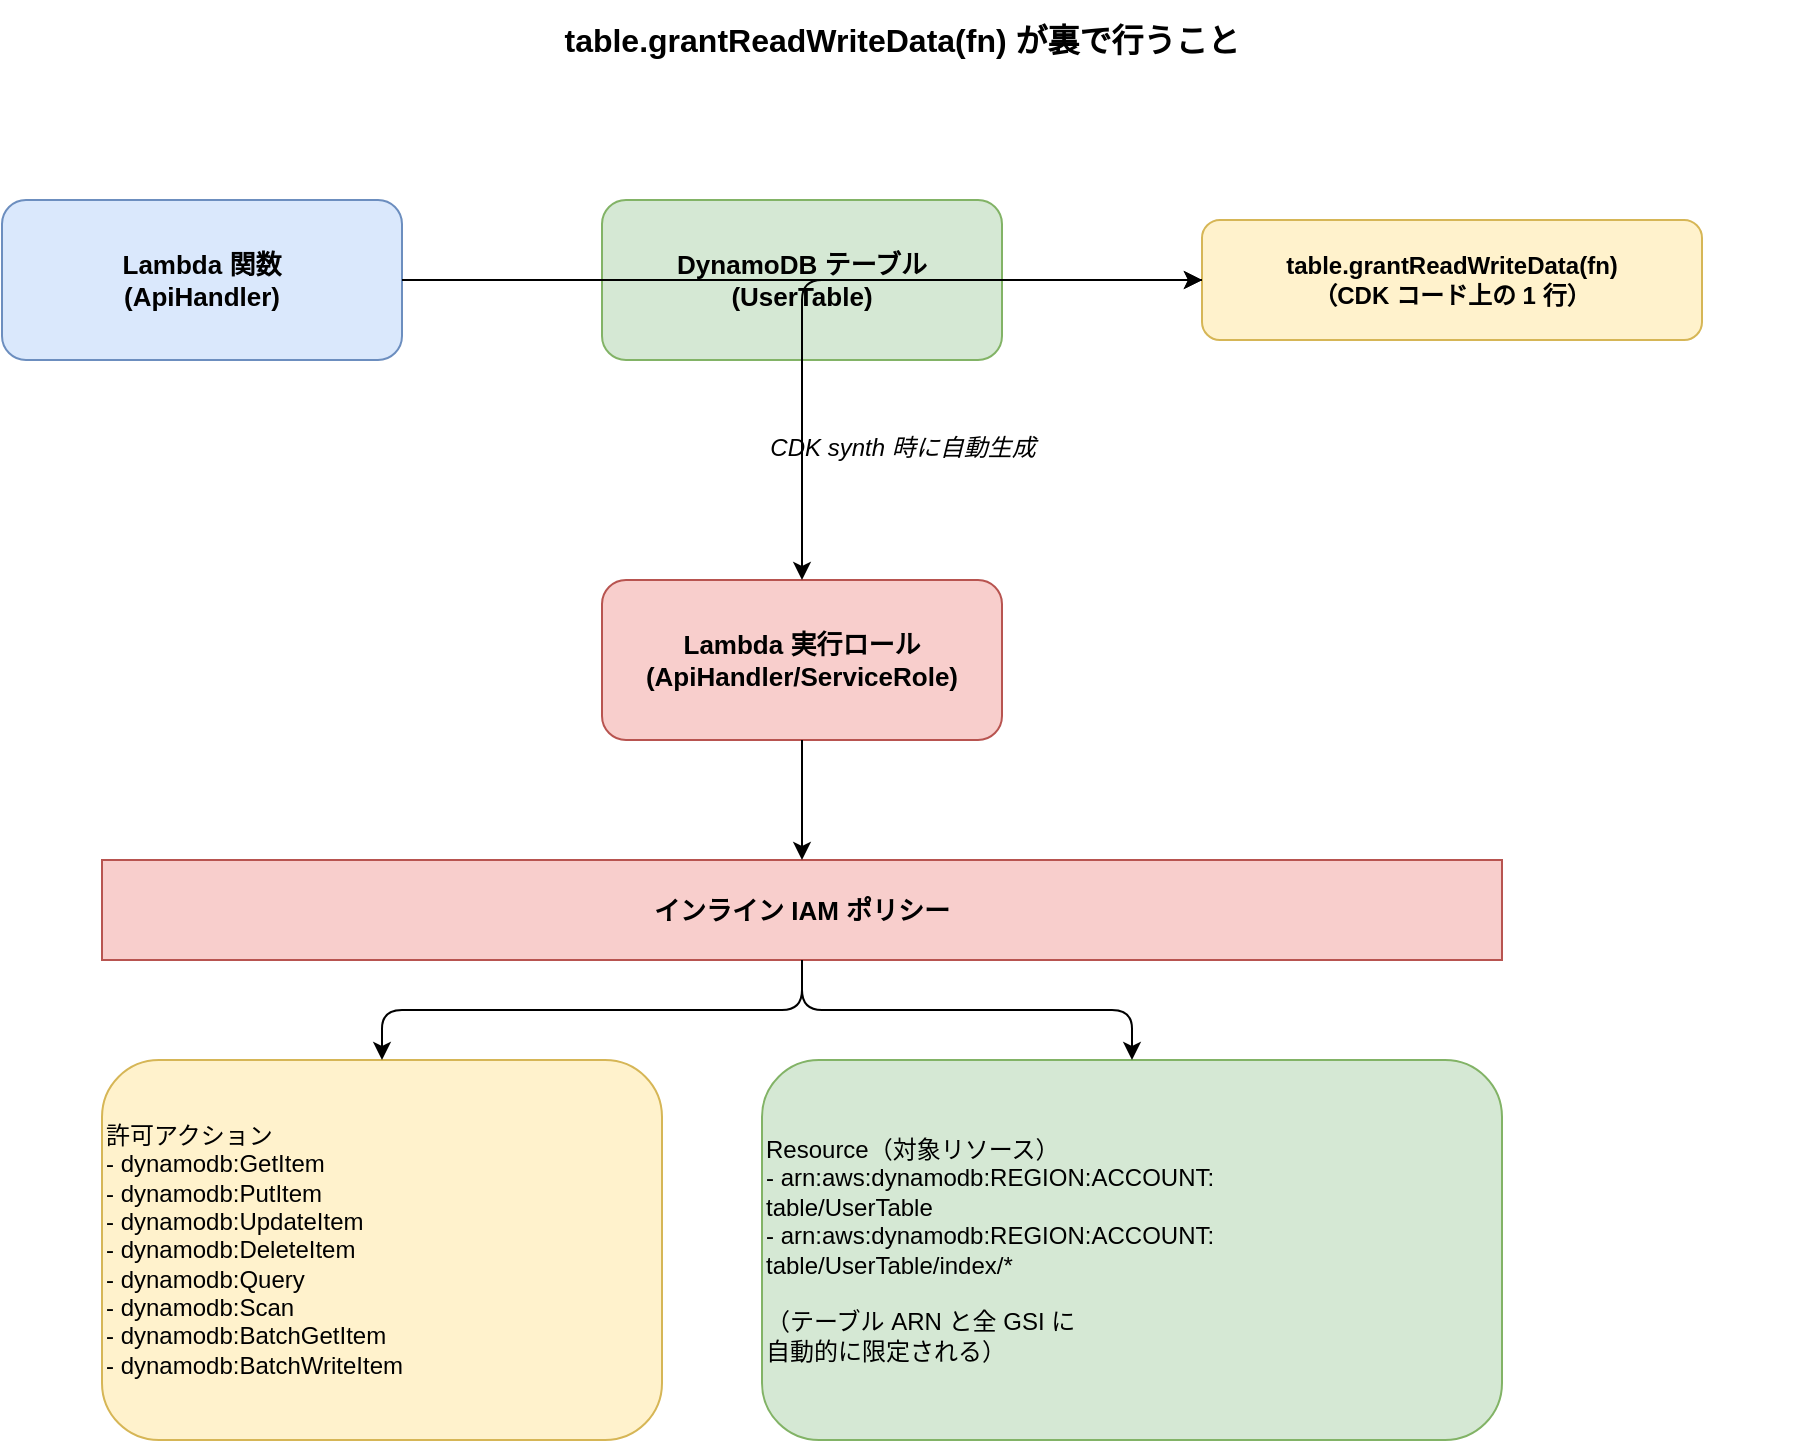
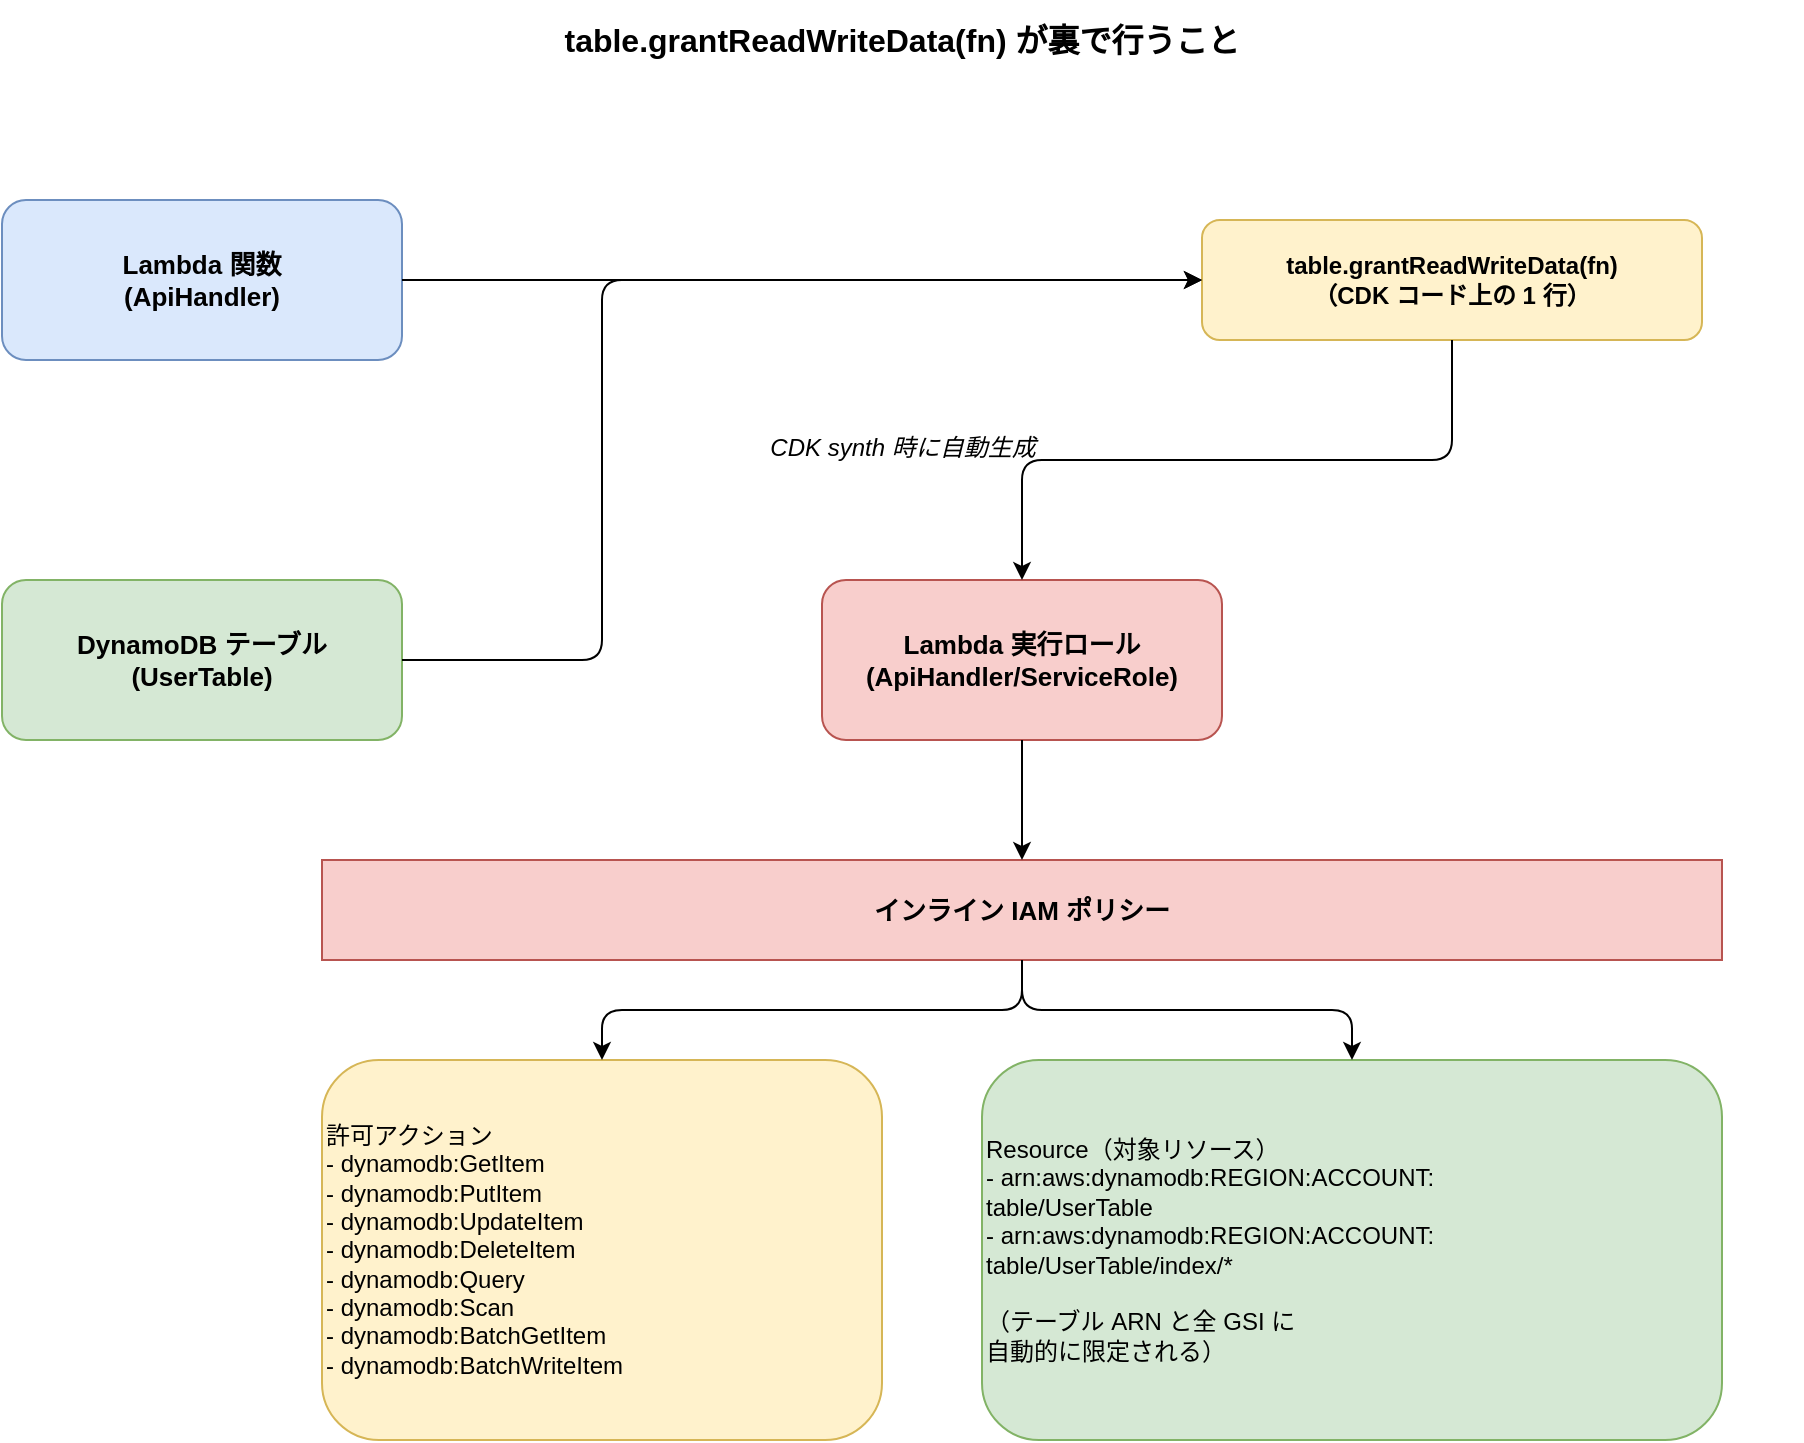
- <mxfile host="app.diagrams.net" modified="2026-06-13T00:00:00.000Z" agent="draw.io" version="21.0.0">
-   <diagram name="Grant メソッドの仕組み" id="grant-flow">
-     <mxGraphModel dx="1422" dy="762" grid="1" gridSize="10" guides="1" tooltips="1" connect="1" arrows="1" fold="1" page="1" pageScale="1" pageWidth="1100" pageHeight="850" math="0" shadow="0">
-       <root>
-         <mxCell id="0" />
-         <mxCell id="1" parent="0" />
- 
-         <!-- タイトル -->
-         <mxCell id="title" value="table.grantReadWriteData(fn) が裏で行うこと" style="text;html=1;strokeColor=none;fillColor=none;align=center;verticalAlign=middle;whiteSpace=wrap;rounded=0;fontSize=16;fontStyle=1;" vertex="1" parent="1">
-           <mxGeometry x="100" y="20" width="900" height="40" as="geometry" />
-         </mxCell>
- 
-         <!-- Lambda 関数コンストラクト -->
-         <mxCell id="lambda" value="Lambda 関数&#xa;(ApiHandler)" style="rounded=1;whiteSpace=wrap;html=1;fillColor=#dae8fc;strokeColor=#6c8ebf;fontSize=13;fontStyle=1;" vertex="1" parent="1">
-           <mxGeometry x="100" y="120" width="200" height="80" as="geometry" />
-         </mxCell>
- 
-         <!-- DynamoDB テーブルコンストラクト -->
-         <mxCell id="dynamo" value="DynamoDB テーブル&#xa;(UserTable)" style="rounded=1;whiteSpace=wrap;html=1;fillColor=#d5e8d4;strokeColor=#82b366;fontSize=13;fontStyle=1;" vertex="1" parent="1">
-           <mxGeometry x="400" y="120" width="200" height="80" as="geometry" />
-         </mxCell>
- 
-         <!-- grantReadWriteData 呼び出し -->
-         <mxCell id="grant-call" value="table.grantReadWriteData(fn)&#xa;（CDK コード上の 1 行）" style="rounded=1;whiteSpace=wrap;html=1;fillColor=#fff2cc;strokeColor=#d6b656;fontSize=12;fontStyle=1;" vertex="1" parent="1">
-           <mxGeometry x="700" y="130" width="250" height="60" as="geometry" />
-         </mxCell>
- 
-         <!-- Lambda → Grant の矢印 -->
-         <mxCell id="edge-lambda-grant" style="edgeStyle=orthogonalEdgeStyle;" edge="1" source="lambda" target="grant-call" parent="1">
-           <mxGeometry relative="1" as="geometry" />
-         </mxCell>
- 
-         <!-- DynamoDB → Grant の矢印 -->
-         <mxCell id="edge-dynamo-grant" style="edgeStyle=orthogonalEdgeStyle;" edge="1" source="dynamo" target="grant-call" parent="1">
-           <mxGeometry relative="1" as="geometry" />
-         </mxCell>
- 
-         <!-- CDK synthesize ラベル -->
-         <mxCell id="synth-label" value="CDK synth 時に自動生成" style="text;html=1;strokeColor=none;fillColor=none;align=center;fontSize=12;fontStyle=2;" vertex="1" parent="1">
-           <mxGeometry x="400" y="230" width="300" height="30" as="geometry" />
-         </mxCell>
- 
-         <!-- IAM Role -->
-         <mxCell id="iam-role" value="Lambda 実行ロール&#xa;(ApiHandler/ServiceRole)" style="rounded=1;whiteSpace=wrap;html=1;fillColor=#f8cecc;strokeColor=#b85450;fontSize=13;fontStyle=1;" vertex="1" parent="1">
-           <mxGeometry x="400" y="310" width="200" height="80" as="geometry" />
-         </mxCell>
- 
-         <!-- Grant → IAM Role の矢印 -->
-         <mxCell id="edge-grant-iam" style="edgeStyle=orthogonalEdgeStyle;" edge="1" source="grant-call" target="iam-role" parent="1">
-           <mxGeometry relative="1" as="geometry" />
-         </mxCell>
- 
-         <!-- Inline Policy ボックス -->
-         <mxCell id="policy-box" value="インライン IAM ポリシー" style="rounded=0;whiteSpace=wrap;html=1;fillColor=#f8cecc;strokeColor=#b85450;fontSize=13;fontStyle=1;" vertex="1" parent="1">
-           <mxGeometry x="150" y="450" width="700" height="50" as="geometry" />
-         </mxCell>
- 
-         <!-- IAM Role → Policy の矢印 -->
-         <mxCell id="edge-role-policy" style="edgeStyle=orthogonalEdgeStyle;" edge="1" source="iam-role" target="policy-box" parent="1">
-           <mxGeometry relative="1" as="geometry" />
-         </mxCell>
- 
-         <!-- アクション一覧 -->
-         <mxCell id="actions" value="許可アクション&#xa;- dynamodb:GetItem&#xa;- dynamodb:PutItem&#xa;- dynamodb:UpdateItem&#xa;- dynamodb:DeleteItem&#xa;- dynamodb:Query&#xa;- dynamodb:Scan&#xa;- dynamodb:BatchGetItem&#xa;- dynamodb:BatchWriteItem" style="rounded=1;whiteSpace=wrap;html=1;fillColor=#fff2cc;strokeColor=#d6b656;fontSize=12;align=left;" vertex="1" parent="1">
-           <mxGeometry x="150" y="550" width="280" height="190" as="geometry" />
-         </mxCell>
- 
-         <!-- Resource 制限 -->
-         <mxCell id="resource" value="Resource（対象リソース）&#xa;- arn:aws:dynamodb:REGION:ACCOUNT:&#xa;  table/UserTable&#xa;- arn:aws:dynamodb:REGION:ACCOUNT:&#xa;  table/UserTable/index/*&#xa;&#xa;（テーブル ARN と全 GSI に&#xa;  自動的に限定される）" style="rounded=1;whiteSpace=wrap;html=1;fillColor=#d5e8d4;strokeColor=#82b366;fontSize=12;align=left;" vertex="1" parent="1">
-           <mxGeometry x="480" y="550" width="370" height="190" as="geometry" />
-         </mxCell>
- 
-         <!-- Policy → アクション/Resource の矢印 -->
-         <mxCell id="edge-policy-actions" style="edgeStyle=orthogonalEdgeStyle;" edge="1" source="policy-box" target="actions" parent="1">
-           <mxGeometry relative="1" as="geometry" />
-         </mxCell>
-         <mxCell id="edge-policy-resource" style="edgeStyle=orthogonalEdgeStyle;" edge="1" source="policy-box" target="resource" parent="1">
-           <mxGeometry relative="1" as="geometry" />
-         </mxCell>
- 
-       </root>
-     </mxGraphModel>
-   </diagram>
- </mxfile>
+ <mxfile host="65bd71144e">
+     <diagram name="Grant メソッドの仕組み" id="grant-flow">
+         <mxGraphModel dx="1085" dy="779" grid="1" gridSize="10" guides="1" tooltips="1" connect="1" arrows="1" fold="1" page="1" pageScale="1" pageWidth="1100" pageHeight="850" background="#ffffff" math="0" shadow="0">
+             <root>
+                 <mxCell id="0"/>
+                 <mxCell id="1" parent="0"/>
+                 <mxCell id="title" value="table.grantReadWriteData(fn) が裏で行うこと" style="text;html=1;strokeColor=none;fillColor=none;align=center;verticalAlign=middle;whiteSpace=wrap;rounded=0;fontSize=16;fontStyle=1;" parent="1" vertex="1">
+                     <mxGeometry x="100" y="20" width="900" height="40" as="geometry"/>
+                 </mxCell>
+                 <mxCell id="lambda" value="Lambda 関数&#xa;(ApiHandler)" style="rounded=1;whiteSpace=wrap;html=1;fillColor=#dae8fc;strokeColor=#6c8ebf;fontSize=13;fontStyle=1;" parent="1" vertex="1">
+                     <mxGeometry x="100" y="120" width="200" height="80" as="geometry"/>
+                 </mxCell>
+                 <mxCell id="dynamo" value="DynamoDB テーブル&#xa;(UserTable)" style="rounded=1;whiteSpace=wrap;html=1;fillColor=#d5e8d4;strokeColor=#82b366;fontSize=13;fontStyle=1;" parent="1" vertex="1">
+                     <mxGeometry x="100" y="310" width="200" height="80" as="geometry"/>
+                 </mxCell>
+                 <mxCell id="grant-call" value="table.grantReadWriteData(fn)&#xa;（CDK コード上の 1 行）" style="rounded=1;whiteSpace=wrap;html=1;fillColor=#fff2cc;strokeColor=#d6b656;fontSize=12;fontStyle=1;" parent="1" vertex="1">
+                     <mxGeometry x="700" y="130" width="250" height="60" as="geometry"/>
+                 </mxCell>
+                 <mxCell id="edge-lambda-grant" style="edgeStyle=orthogonalEdgeStyle;" parent="1" source="lambda" target="grant-call" edge="1">
+                     <mxGeometry relative="1" as="geometry"/>
+                 </mxCell>
+                 <mxCell id="edge-dynamo-grant" style="edgeStyle=orthogonalEdgeStyle;" parent="1" source="dynamo" target="grant-call" edge="1">
+                     <mxGeometry relative="1" as="geometry">
+                         <Array as="points">
+                             <mxPoint x="400" y="350"/>
+                             <mxPoint x="400" y="160"/>
+                         </Array>
+                     </mxGeometry>
+                 </mxCell>
+                 <mxCell id="synth-label" value="CDK synth 時に自動生成" style="text;html=1;strokeColor=none;fillColor=none;align=center;fontSize=12;fontStyle=2;" parent="1" vertex="1">
+                     <mxGeometry x="400" y="230" width="300" height="30" as="geometry"/>
+                 </mxCell>
+                 <mxCell id="iam-role" value="Lambda 実行ロール&#xa;(ApiHandler/ServiceRole)" style="rounded=1;whiteSpace=wrap;html=1;fillColor=#f8cecc;strokeColor=#b85450;fontSize=13;fontStyle=1;" parent="1" vertex="1">
+                     <mxGeometry x="510" y="310" width="200" height="80" as="geometry"/>
+                 </mxCell>
+                 <mxCell id="edge-grant-iam" style="edgeStyle=orthogonalEdgeStyle;entryX=0.5;entryY=0;entryDx=0;entryDy=0;" parent="1" source="grant-call" target="iam-role" edge="1">
+                     <mxGeometry relative="1" as="geometry">
+                         <Array as="points">
+                             <mxPoint x="825" y="250"/>
+                             <mxPoint x="610" y="250"/>
+                         </Array>
+                     </mxGeometry>
+                 </mxCell>
+                 <mxCell id="policy-box" value="インライン IAM ポリシー" style="rounded=0;whiteSpace=wrap;html=1;fillColor=#f8cecc;strokeColor=#b85450;fontSize=13;fontStyle=1;" parent="1" vertex="1">
+                     <mxGeometry x="260" y="450" width="700" height="50" as="geometry"/>
+                 </mxCell>
+                 <mxCell id="edge-role-policy" style="edgeStyle=orthogonalEdgeStyle;" parent="1" source="iam-role" target="policy-box" edge="1">
+                     <mxGeometry relative="1" as="geometry"/>
+                 </mxCell>
+                 <mxCell id="actions" value="許可アクション&#xa;- dynamodb:GetItem&#xa;- dynamodb:PutItem&#xa;- dynamodb:UpdateItem&#xa;- dynamodb:DeleteItem&#xa;- dynamodb:Query&#xa;- dynamodb:Scan&#xa;- dynamodb:BatchGetItem&#xa;- dynamodb:BatchWriteItem" style="rounded=1;whiteSpace=wrap;html=1;fillColor=#fff2cc;strokeColor=#d6b656;fontSize=12;align=left;" parent="1" vertex="1">
+                     <mxGeometry x="260" y="550" width="280" height="190" as="geometry"/>
+                 </mxCell>
+                 <mxCell id="resource" value="Resource（対象リソース）&#xa;- arn:aws:dynamodb:REGION:ACCOUNT:&#xa;  table/UserTable&#xa;- arn:aws:dynamodb:REGION:ACCOUNT:&#xa;  table/UserTable/index/*&#xa;&#xa;（テーブル ARN と全 GSI に&#xa;  自動的に限定される）" style="rounded=1;whiteSpace=wrap;html=1;fillColor=#d5e8d4;strokeColor=#82b366;fontSize=12;align=left;" parent="1" vertex="1">
+                     <mxGeometry x="590" y="550" width="370" height="190" as="geometry"/>
+                 </mxCell>
+                 <mxCell id="edge-policy-actions" style="edgeStyle=orthogonalEdgeStyle;" parent="1" source="policy-box" target="actions" edge="1">
+                     <mxGeometry relative="1" as="geometry"/>
+                 </mxCell>
+                 <mxCell id="edge-policy-resource" style="edgeStyle=orthogonalEdgeStyle;" parent="1" source="policy-box" target="resource" edge="1">
+                     <mxGeometry relative="1" as="geometry"/>
+                 </mxCell>
+             </root>
+         </mxGraphModel>
+     </diagram>
+ </mxfile>